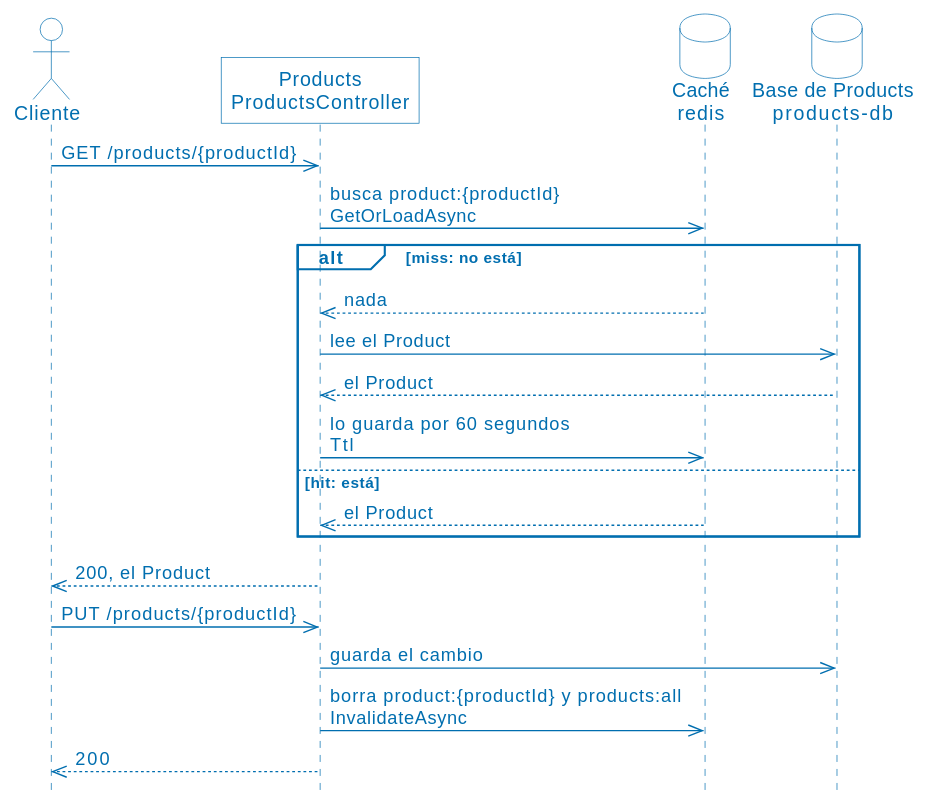
This is assets/10-cache-aside.svg from ucudal/ANDIS2_UT4_DEMO1, a PlantUML export, as it was before one commit.
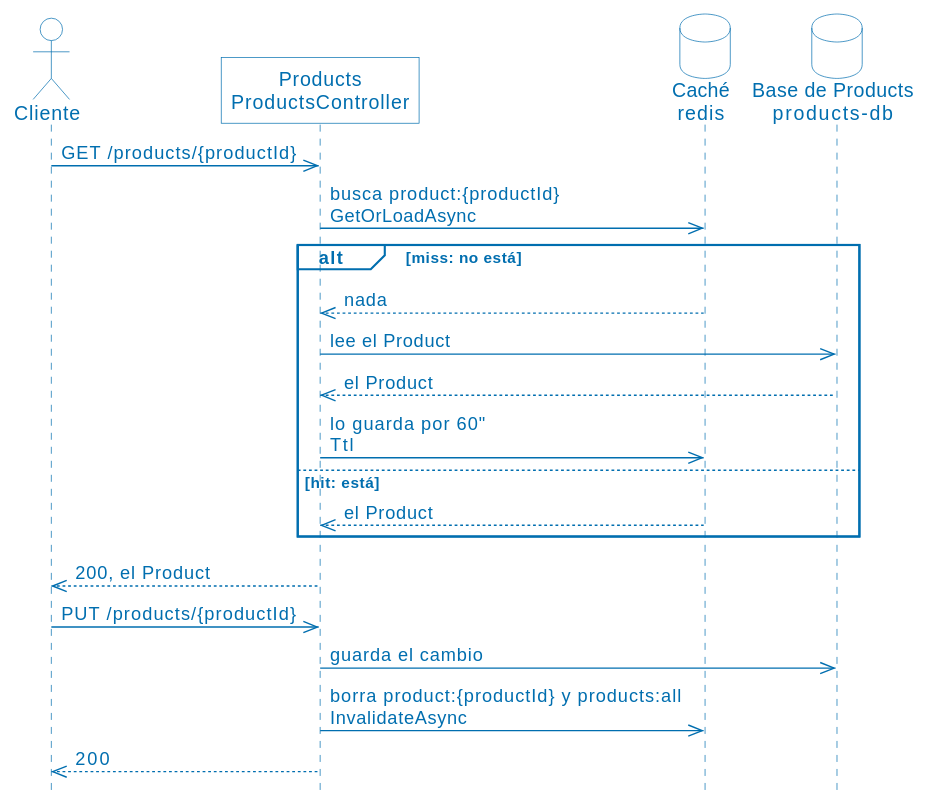
Above is the later version.

Diff of the diagram source:
```diff
@@ -12,7 +12,7 @@
   R -->> P : nada
   P ->> M : lee el Product
   M -->> P : el Product
-  P ->> R : lo guarda por 60 segundos\nTtl
+  P ->> R : lo guarda por 60"\nTtl
 else hit: está
   R -->> P : el Product
 end
```
